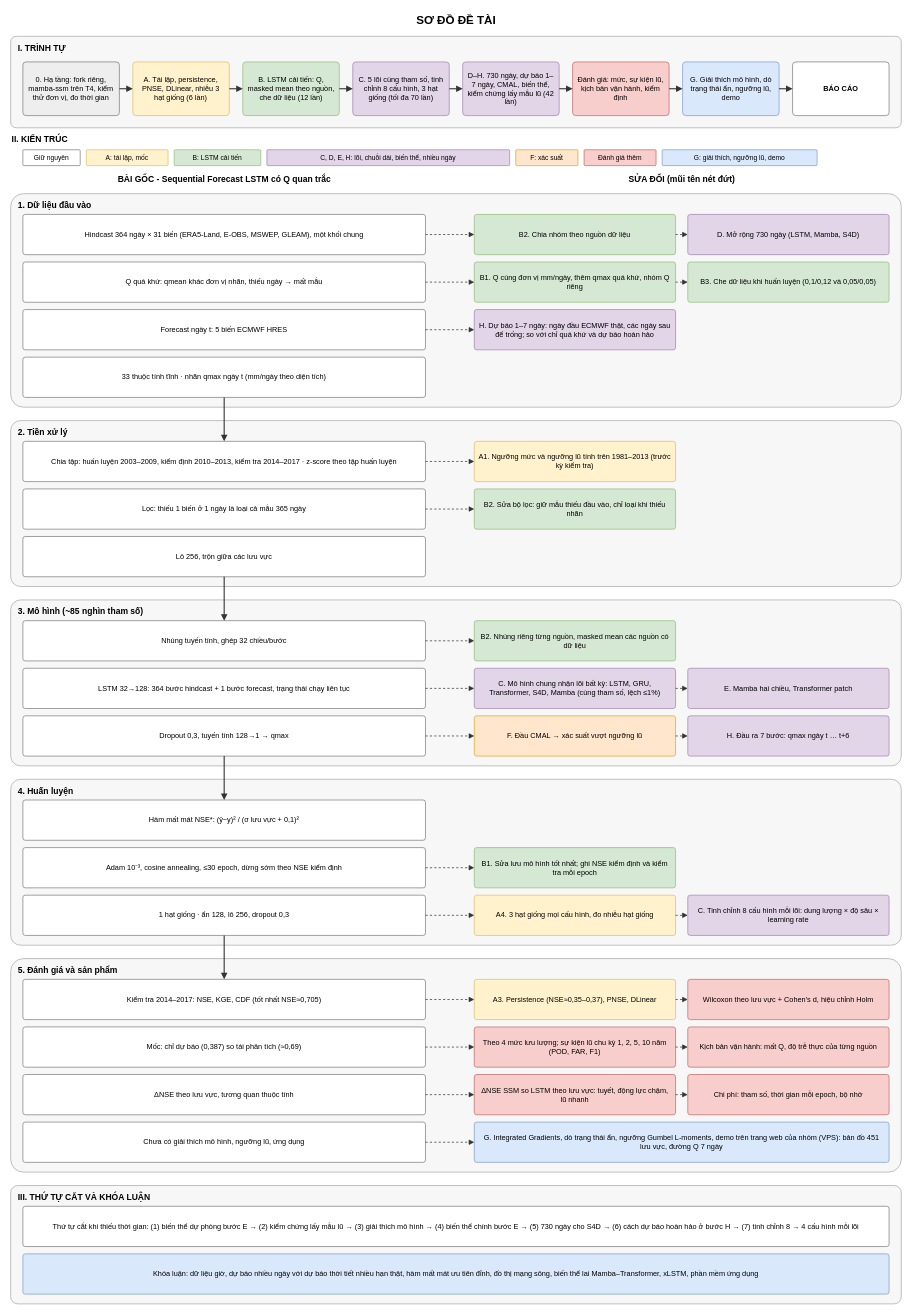
Before: Diagrams/ProjectDiagram.drawio in Ticasslo/TieuLuanChuyenNganh, a draw.io diagram. Source tidied: cells renumbered, new cells numbered last; positions are measured from the earlier drawing's top-left corner, leaving out a move shared by most shapes. Both pictures are drawn from the tidied source at 61%, with x=0, y=0 at pixel (10, 10).
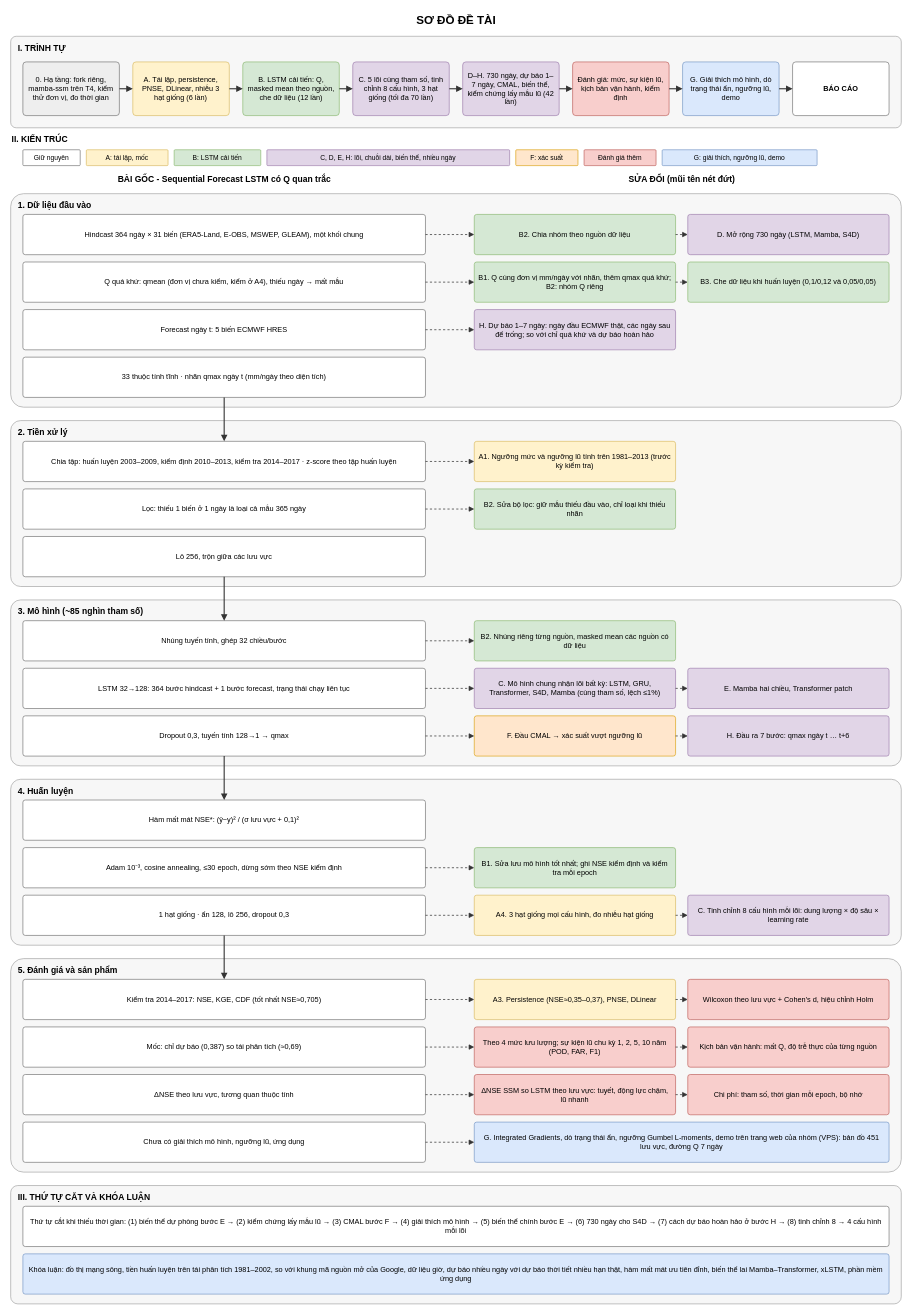
After the change.

Diff of the diagram source:
```diff
@@
-    <mxCell id="35" value="Q quá khứ: qmean khác đơn vị nhãn, thiếu ngày → mất mẫu" style="rounded=1;arcSize=6;whiteSpace=wrap;html=1;fillColor=#ffffff;strokeColor=#666666;fontSize=12;align=center;spacingLeft=6;spacingRight=6;" parent="1" vertex="1">
+    <mxCell id="35" value="Q quá khứ: qmean (đơn vị chưa kiểm, kiểm ở A4), thiếu ngày → mất mẫu" style="rounded=1;arcSize=6;whiteSpace=wrap;html=1;fillColor=#ffffff;strokeColor=#666666;fontSize=12;align=center;spacingLeft=6;spacingRight=6;" parent="1" vertex="1">
       <mxGeometry x="20" y="412" width="660" height="66" as="geometry" />
     </mxCell>
-    <mxCell id="36" value="B1. Q cùng đơn vị mm/ngày, thêm qmax quá khứ, nhóm Q riêng" style="rounded=1;arcSize=6;whiteSpace=wrap;html=1;fillColor=#d5e8d4;strokeColor=#82b366;fontSize=12;align=center;spacingLeft=6;spacingRight=6;" parent="1" vertex="1">
+    <mxCell id="36" value="B1. Q cùng đơn vị mm/ngày với nhãn, thêm qmax quá khứ; B2: nhóm Q riêng" style="rounded=1;arcSize=6;whiteSpace=wrap;html=1;fillColor=#d5e8d4;strokeColor=#82b366;fontSize=12;align=center;spacingLeft=6;spacingRight=6;" parent="1" vertex="1">
       <mxGeometry x="760" y="412" width="330" height="66" as="geometry" />
     </mxCell>
@@
-    <mxCell id="100" value="Thứ tự cắt khi thiếu thời gian: (1) biến thể dự phòng bước E → (2) kiểm chứng lấy mẫu lũ → (3) giải thích mô hình → (4) biến thể chính bước E → (5) 730 ngày cho S4D → (6) cách dự báo hoàn hảo ở bước H → (7) tinh chỉnh 8 → 4 cấu hình mỗi lõi" style="rounded=1;arcSize=6;whiteSpace=wrap;html=1;fillColor=#ffffff;strokeColor=#666666;fontSize=12;align=center;spacingLeft=6;spacingRight=6;" parent="1" vertex="1">
+    <mxCell id="100" value="Thứ tự cắt khi thiếu thời gian: (1) biến thể dự phòng bước E → (2) kiểm chứng lấy mẫu lũ → (3) CMAL bước F → (4) giải thích mô hình → (5) biến thể chính bước E → (6) 730 ngày cho S4D → (7) cách dự báo hoàn hảo ở bước H → (8) tinh chỉnh 8 → 4 cấu hình mỗi lõi" style="rounded=1;arcSize=6;whiteSpace=wrap;html=1;fillColor=#ffffff;strokeColor=#666666;fontSize=12;align=center;spacingLeft=6;spacingRight=6;" parent="1" vertex="1">
       <mxGeometry x="20" y="1960" width="1420" height="66" as="geometry" />
     </mxCell>
-    <mxCell id="101" value="Khóa luận: dữ liệu giờ, dự báo nhiều ngày với dự báo thời tiết nhiều hạn thật, hàm mất mát ưu tiên đỉnh, đồ thị mạng sông, biến thể lai Mamba–Transformer, xLSTM, phần mềm ứng dụng" style="rounded=1;arcSize=6;whiteSpace=wrap;html=1;fillColor=#dae8fc;strokeColor=#6c8ebf;fontSize=12;align=center;spacingLeft=6;spacingRight=6;" parent="1" vertex="1">
+    <mxCell id="101" value="Khóa luận: đồ thị mạng sông, tiền huấn luyện trên tái phân tích 1981–2002, so với khung mã nguồn mở của Google, dữ liệu giờ, dự báo nhiều ngày với dự báo thời tiết nhiều hạn thật, hàm mất mát ưu tiên đỉnh, biến thể lai Mamba–Transformer, xLSTM, phần mềm ứng dụng" style="rounded=1;arcSize=6;whiteSpace=wrap;html=1;fillColor=#dae8fc;strokeColor=#6c8ebf;fontSize=12;align=center;spacingLeft=6;spacingRight=6;" parent="1" vertex="1">
       <mxGeometry x="20" y="2038" width="1420" height="66" as="geometry" />
     </mxCell>
```
